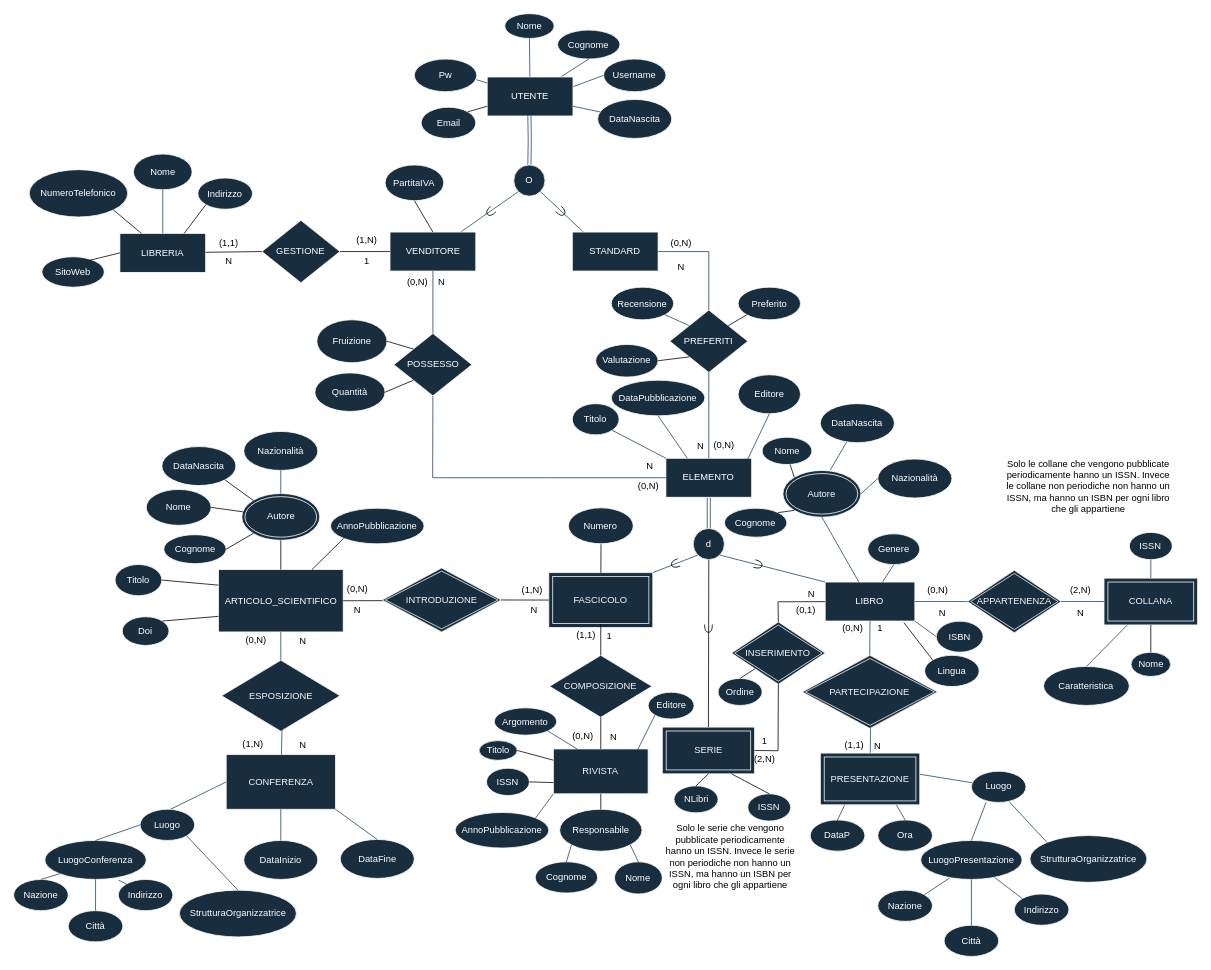
Above: DiagrammaER v1.3.1.drawio in Giovk/Sistema-di-una-Bibleoteca-Digitale (draw.io), before the change. Source tidied: cells renumbered, new cells numbered last; positions are measured from the earlier drawing's top-left corner, leaving out a move shared by most shapes. Both pictures are drawn from the tidied source at 78%, with x=0, y=0 at pixel (13, 13).
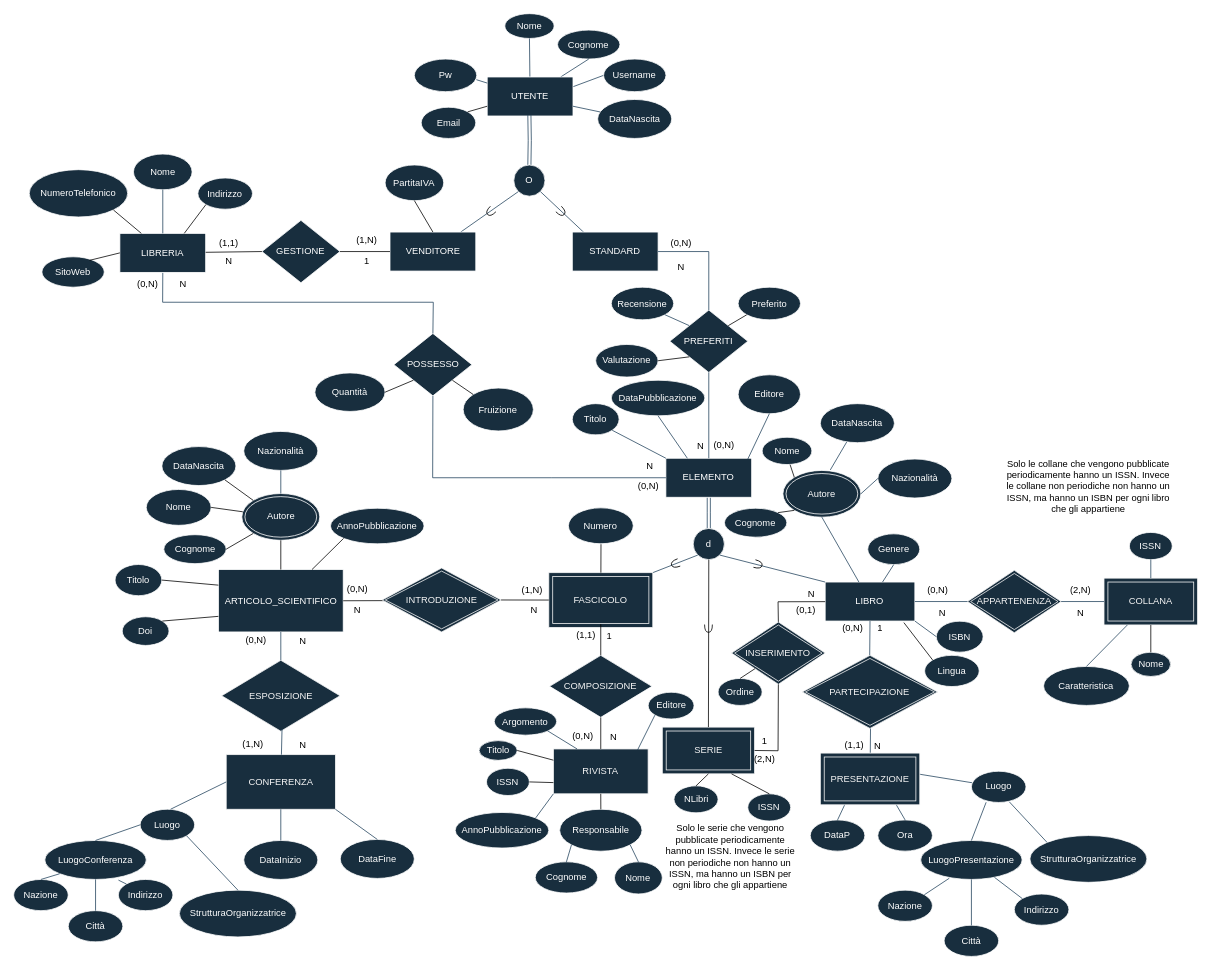
After the change.

Unchanged cells that the change refers to:
```xml
<mxCell id="98" value="VENDITORE" style="rounded=0;whiteSpace=wrap;html=1;fillColor=#182E3E;strokeColor=#FFFFFF;fontColor=#FFFFFF;" parent="1" vertex="1">
  <mxGeometry x="482.5" y="280" width="110" height="50" as="geometry" />
</mxCell>
<mxCell id="99" value="POSSESSO" style="rhombus;whiteSpace=wrap;html=1;fillColor=#182E3E;strokeColor=#FFFFFF;fontColor=#FFFFFF;" parent="1" vertex="1">
  <mxGeometry x="487.5" y="410" width="100" height="80" as="geometry" />
</mxCell>
<mxCell id="112" value="LIBRERIA" style="rounded=0;whiteSpace=wrap;html=1;fillColor=#182E3E;strokeColor=#FFFFFF;fontColor=#FFFFFF;" parent="1" vertex="1">
  <mxGeometry x="136.2" y="281.7" width="110" height="50" as="geometry" />
</mxCell>
```

Change to the diagram source:
```diff
@@
     <mxCell id="18" value="Fruizione" style="ellipse;whiteSpace=wrap;html=1;fillColor=#182E3E;strokeColor=#FFFFFF;fontColor=#FFFFFF;" parent="1" vertex="1">
-      <mxGeometry x="388.7" y="392.5" width="90" height="55" as="geometry" />
+      <mxGeometry x="576.3" y="480" width="90" height="55" as="geometry" />
     </mxCell>
@@
-    <mxCell id="100" style="endArrow=none;html=1;rounded=0;strokeColor=#23445D;fontColor=#000000;exitX=0.5;exitY=0;exitDx=0;exitDy=0;entryX=0.5;entryY=1;entryDx=0;entryDy=0;" parent="1" edge="1" source="99" target="98">
-      <mxGeometry relative="1" as="geometry" />
+    <mxCell id="100" style="endArrow=none;html=1;rounded=0;strokeColor=#23445D;fontColor=#000000;exitX=0.5;exitY=0;exitDx=0;exitDy=0;entryX=0.5;entryY=1;entryDx=0;entryDy=0;" parent="1" edge="1" source="99" target="112">
+      <mxGeometry relative="1" as="geometry">
+        <Array as="points">
+          <mxPoint x="538" y="370" />
+          <mxPoint x="191" y="370" />
+        </Array>
+      </mxGeometry>
     </mxCell>
@@
     <mxCell id="106" value="(0,N)" style="text;html=1;strokeColor=none;fillColor=none;align=center;verticalAlign=middle;whiteSpace=wrap;rounded=0;fontColor=#000000;" parent="1" vertex="1">
-      <mxGeometry x="487.5" y="330" width="60" height="30" as="geometry" />
+      <mxGeometry x="142" y="331.7" width="60" height="30" as="geometry" />
     </mxCell>
@@
     <mxCell id="108" value="N" style="text;html=1;strokeColor=none;fillColor=none;align=center;verticalAlign=middle;whiteSpace=wrap;rounded=0;fontColor=#000000;" parent="1" vertex="1">
-      <mxGeometry x="518.8" y="330" width="60" height="30" as="geometry" />
+      <mxGeometry x="197.5" y="331.7" width="38.8" height="30" as="geometry" />
     </mxCell>
@@
-    <mxCell id="129" style="endArrow=none;html=1;rounded=0;exitX=1;exitY=0.5;exitDx=0;exitDy=0;entryX=0;entryY=0;entryDx=0;entryDy=0;" parent="1" edge="1" source="18" target="99">
+    <mxCell id="129" style="endArrow=none;html=1;rounded=0;exitX=0;exitY=0;exitDx=0;exitDy=0;entryX=1;entryY=1;entryDx=0;entryDy=0;" parent="1" edge="1" source="18" target="99">
       <mxGeometry relative="1" as="geometry" />
     </mxCell>
```
